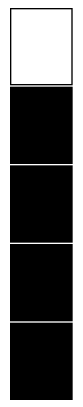
This is grafica.png from Dgo45921/IPC2_Proyecto1_202003585, a Graphviz export, as it was before one commit. Its source is kept beside it as grafica.dot. Its diagram source:
```dot

digraph html {
 tabla [shape=none, margin=0, label=<
 <TABLE BORDER="0" CELLBORDER="1" CELLSPACING="2.5" CELLPADDING="20">
    <TR>
 <TD> </TD>
</TR>
<TR>
 <TD BGCOLOR="black"> </TD>
</TR>
<TR>
 <TD BGCOLOR="black"> </TD>
</TR>
<TR>
 <TD BGCOLOR="black"> </TD>
</TR>
<TR>
 <TD BGCOLOR="black"> </TD>
</TR>
</TABLE>>];}
```
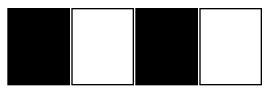
The same diagram one commit later.

The edit, as a diff of the source:
```diff
@@ -3,18 +3,9 @@
  tabla [shape=none, margin=0, label=<
  <TABLE BORDER="0" CELLBORDER="1" CELLSPACING="2.5" CELLPADDING="20">
     <TR>
+ <TD BGCOLOR="black"> </TD>
+ <TD> </TD>
+ <TD BGCOLOR="black"> </TD>
  <TD> </TD>
 </TR>
-<TR>
- <TD BGCOLOR="black"> </TD>
-</TR>
-<TR>
- <TD BGCOLOR="black"> </TD>
-</TR>
-<TR>
- <TD BGCOLOR="black"> </TD>
-</TR>
-<TR>
- <TD BGCOLOR="black"> </TD>
-</TR>
 </TABLE>>];}
```
